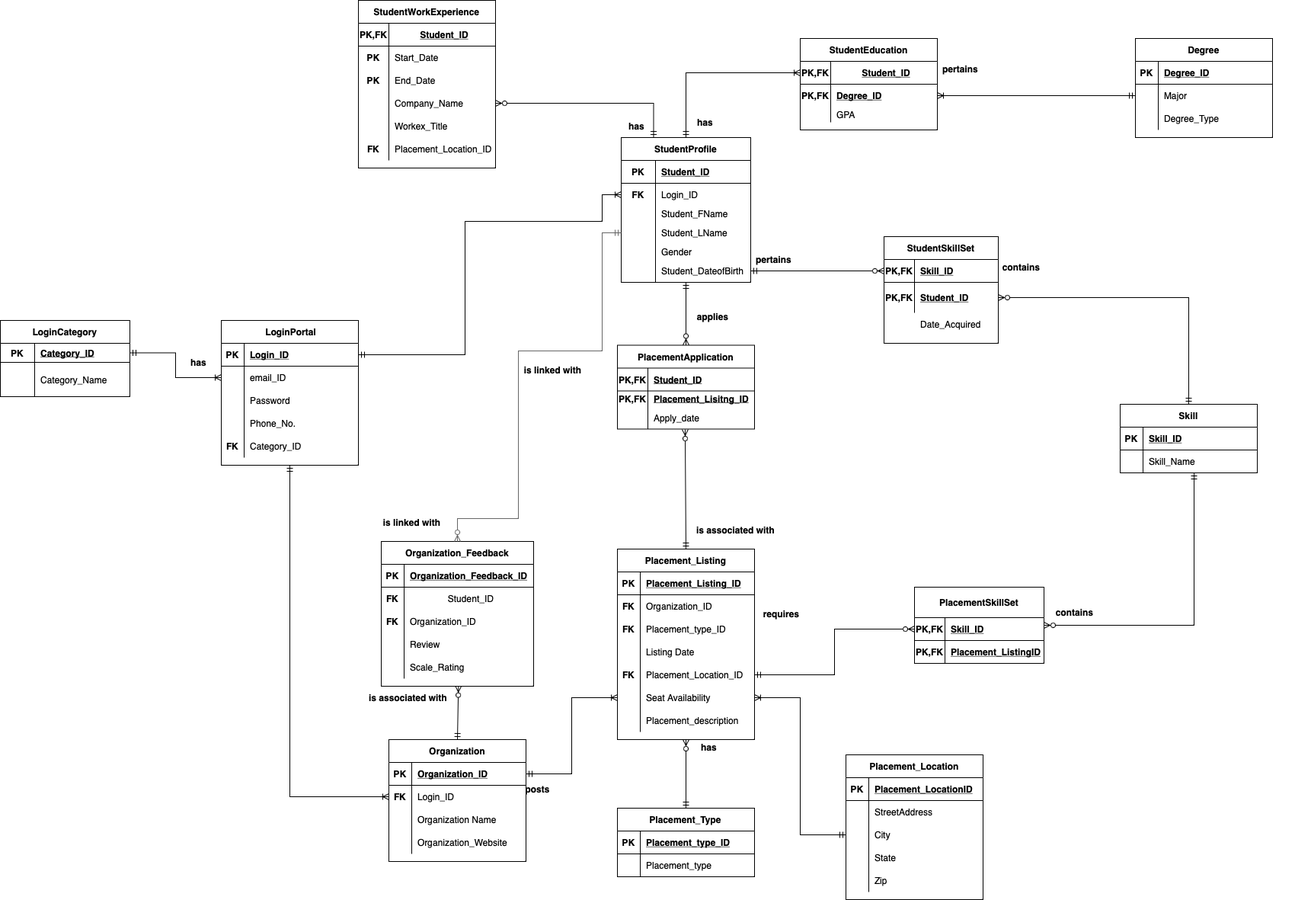
Earlier version of the draw.io export DMDD_CRMS_ERD.png (kmehul/DMDD_CRMS). Source tidied: cells renumbered, new cells last; positions are measured from the earlier drawing's top-left corner, leaving out a move shared by most shapes.
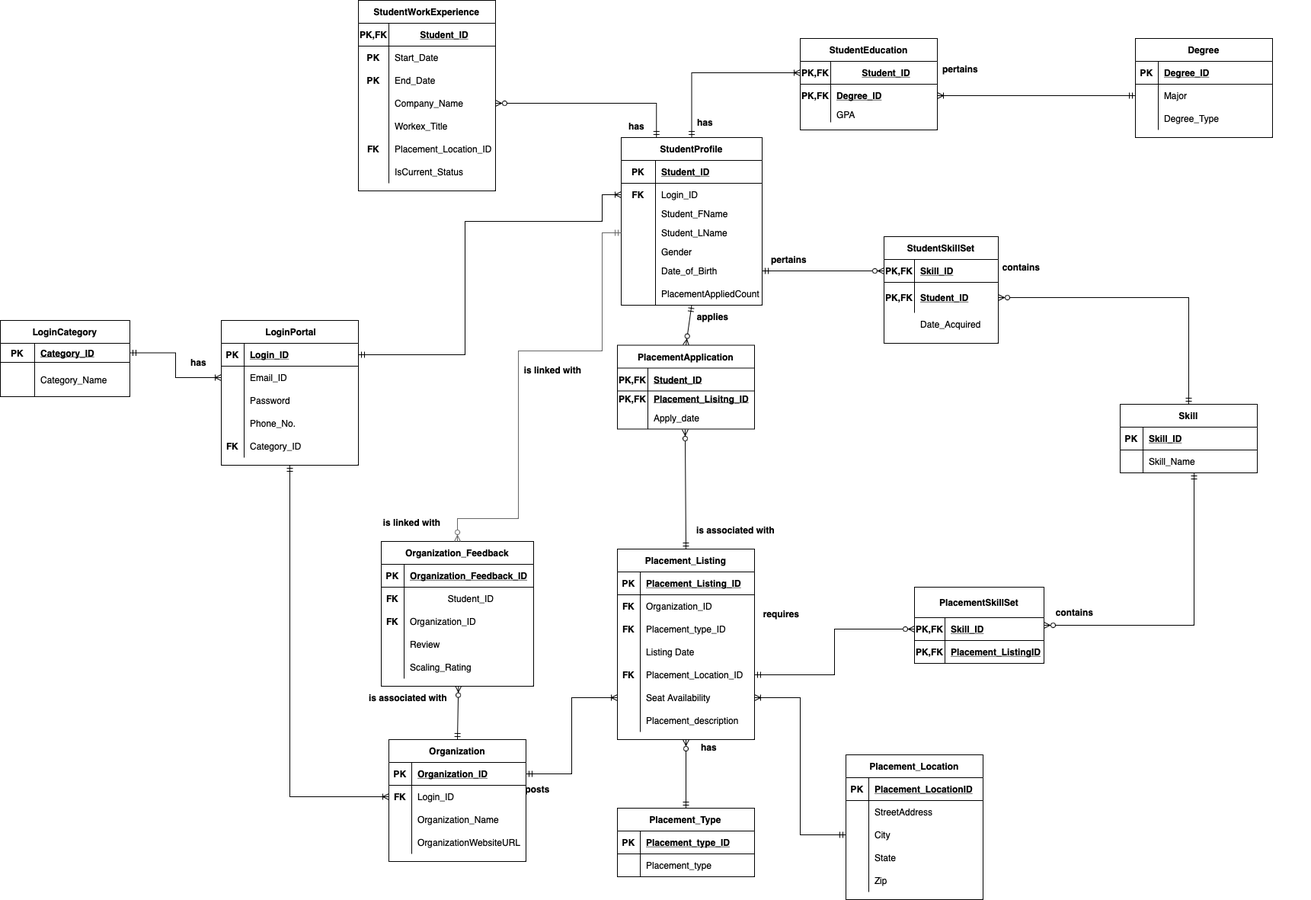
The same file after the commit.

Change to the diagram source:
```diff
@@ -125,7 +125,7 @@
     <mxCell id="42" style="shape=partialRectangle;fillColor=none;top=0;left=0;bottom=0;right=0;overflow=hidden;" parent="41" vertex="1">
       <mxGeometry width="30" height="30" as="geometry" />
     </mxCell>
-    <mxCell id="43" value="email_ID" style="shape=partialRectangle;fillColor=none;top=0;left=0;bottom=0;right=0;align=left;spacingLeft=6;overflow=hidden;" parent="41" vertex="1">
+    <mxCell id="43" value="Email_ID" style="shape=partialRectangle;fillColor=none;top=0;left=0;bottom=0;right=0;align=left;spacingLeft=6;overflow=hidden;" parent="41" vertex="1">
       <mxGeometry x="30" width="150" height="30" as="geometry" />
     </mxCell>
     <mxCell id="44" style="shape=tableRow;horizontal=0;startSize=0;swimlaneHead=0;swimlaneBody=0;fillColor=none;top=0;left=0;right=0;bottom=0;" parent="37" vertex="1">
@@ -156,62 +156,71 @@
       <mxGeometry x="30" width="150" height="30" as="geometry" />
     </mxCell>
     <mxCell id="53" value="StudentProfile" style="shape=table;startSize=30;rowLines=0;fontStyle=1;align=center;" parent="1" vertex="1">
-      <mxGeometry x="815" y="180" width="170" height="190" as="geometry" />
+      <mxGeometry x="815" y="180" width="185" height="220" as="geometry" />
     </mxCell>
     <mxCell id="54" style="shape=tableRow;horizontal=0;startSize=0;swimlaneHead=0;swimlaneBody=0;fillColor=none;top=0;left=0;right=0;bottom=1;" parent="53" vertex="1">
-      <mxGeometry y="30" width="170" height="30" as="geometry" />
+      <mxGeometry y="30" width="185" height="30" as="geometry" />
     </mxCell>
     <mxCell id="55" value="PK" style="shape=partialRectangle;fillColor=none;top=0;left=0;bottom=0;right=0;fontStyle=1;overflow=hidden;" parent="54" vertex="1">
       <mxGeometry width="45" height="30" as="geometry" />
     </mxCell>
     <mxCell id="56" value="Student_ID" style="shape=partialRectangle;fillColor=none;top=0;left=0;bottom=0;right=0;align=left;spacingLeft=6;fontStyle=5;overflow=hidden;" parent="54" vertex="1">
-      <mxGeometry x="45" width="125" height="30" as="geometry" />
+      <mxGeometry x="45" width="140" height="30" as="geometry" />
     </mxCell>
     <mxCell id="57" style="shape=tableRow;horizontal=0;startSize=0;swimlaneHead=0;swimlaneBody=0;fillColor=none;points=[[0,0.5],[1,0.5]];portConstraint=eastwest;top=0;left=0;right=0;bottom=0;" parent="53" vertex="1">
-      <mxGeometry y="60" width="170" height="30" as="geometry" />
+      <mxGeometry y="60" width="185" height="30" as="geometry" />
     </mxCell>
     <mxCell id="58" value="FK" style="shape=partialRectangle;fillColor=none;top=0;left=0;bottom=0;right=0;overflow=hidden;fontStyle=1;" parent="57" vertex="1">
       <mxGeometry width="45" height="30" as="geometry" />
     </mxCell>
     <mxCell id="59" value="Login_ID" style="shape=partialRectangle;fillColor=none;top=0;left=0;bottom=0;right=0;align=left;spacingLeft=6;overflow=hidden;" parent="57" vertex="1">
-      <mxGeometry x="45" width="125" height="30" as="geometry" />
+      <mxGeometry x="45" width="140" height="30" as="geometry" />
     </mxCell>
     <mxCell id="60" style="shape=tableRow;horizontal=0;startSize=0;swimlaneHead=0;swimlaneBody=0;fillColor=none;top=0;left=0;right=0;bottom=0;" parent="53" vertex="1">
-      <mxGeometry y="90" width="170" height="20" as="geometry" />
+      <mxGeometry y="90" width="185" height="20" as="geometry" />
     </mxCell>
     <mxCell id="61" style="shape=partialRectangle;fillColor=none;top=0;left=0;bottom=0;right=0;overflow=hidden;" parent="60" vertex="1">
       <mxGeometry width="45" height="20" as="geometry" />
     </mxCell>
     <mxCell id="62" value="Student_FName" style="shape=partialRectangle;fillColor=none;top=0;left=0;bottom=0;right=0;align=left;spacingLeft=6;overflow=hidden;" parent="60" vertex="1">
-      <mxGeometry x="45" width="125" height="20" as="geometry" />
+      <mxGeometry x="45" width="140" height="20" as="geometry" />
     </mxCell>
     <mxCell id="63" style="shape=tableRow;horizontal=0;startSize=0;swimlaneHead=0;swimlaneBody=0;fillColor=none;points=[[0,0.5],[1,0.5]];portConstraint=eastwest;top=0;left=0;right=0;bottom=0;" parent="53" vertex="1">
-      <mxGeometry y="110" width="170" height="30" as="geometry" />
+      <mxGeometry y="110" width="185" height="30" as="geometry" />
     </mxCell>
     <mxCell id="64" style="shape=partialRectangle;fillColor=none;top=0;left=0;bottom=0;right=0;overflow=hidden;" parent="63" vertex="1">
       <mxGeometry width="45" height="30" as="geometry" />
     </mxCell>
     <mxCell id="65" value="Student_LName" style="shape=partialRectangle;fillColor=none;top=0;left=0;bottom=0;right=0;align=left;spacingLeft=6;overflow=hidden;" parent="63" vertex="1">
-      <mxGeometry x="45" width="125" height="30" as="geometry" />
+      <mxGeometry x="45" width="140" height="30" as="geometry" />
     </mxCell>
     <mxCell id="66" style="shape=tableRow;horizontal=0;startSize=0;swimlaneHead=0;swimlaneBody=0;fillColor=none;top=0;left=0;right=0;bottom=0;" parent="53" vertex="1">
-      <mxGeometry y="140" width="170" height="20" as="geometry" />
+      <mxGeometry y="140" width="185" height="20" as="geometry" />
     </mxCell>
     <mxCell id="67" style="shape=partialRectangle;fillColor=none;top=0;left=0;bottom=0;right=0;overflow=hidden;" parent="66" vertex="1">
       <mxGeometry width="45" height="20" as="geometry" />
     </mxCell>
     <mxCell id="68" value="Gender" style="shape=partialRectangle;fillColor=none;top=0;left=0;bottom=0;right=0;align=left;spacingLeft=6;overflow=hidden;" parent="66" vertex="1">
-      <mxGeometry x="45" width="125" height="20" as="geometry" />
+      <mxGeometry x="45" width="140" height="20" as="geometry" />
     </mxCell>
     <mxCell id="69" style="shape=tableRow;horizontal=0;startSize=0;swimlaneHead=0;swimlaneBody=0;fillColor=none;points=[[0,0.5],[1,0.5]];portConstraint=eastwest;top=0;left=0;right=0;bottom=0;" parent="53" vertex="1">
-      <mxGeometry y="160" width="170" height="30" as="geometry" />
+      <mxGeometry y="160" width="185" height="30" as="geometry" />
     </mxCell>
     <mxCell id="70" style="shape=partialRectangle;fillColor=none;top=0;left=0;bottom=0;right=0;overflow=hidden;" parent="69" vertex="1">
       <mxGeometry width="45" height="30" as="geometry" />
     </mxCell>
-    <mxCell id="71" value="Student_DateofBirth" style="shape=partialRectangle;fillColor=none;top=0;left=0;bottom=0;right=0;align=left;spacingLeft=6;overflow=hidden;" parent="69" vertex="1">
-      <mxGeometry x="45" width="125" height="30" as="geometry" />
+    <mxCell id="71" value="Date_of_Birth" style="shape=partialRectangle;fillColor=none;top=0;left=0;bottom=0;right=0;align=left;spacingLeft=6;overflow=hidden;" parent="69" vertex="1">
+      <mxGeometry x="45" width="140" height="30" as="geometry" />
     </mxCell>
+    <mxCell id="228" style="shape=tableRow;horizontal=0;startSize=0;swimlaneHead=0;swimlaneBody=0;fillColor=none;top=0;left=0;right=0;bottom=0;" parent="53" vertex="1">
+      <mxGeometry y="190" width="185" height="30" as="geometry" />
+    </mxCell>
+    <mxCell id="229" style="shape=partialRectangle;fillColor=none;top=0;left=0;bottom=0;right=0;overflow=hidden;" parent="228" vertex="1">
+      <mxGeometry width="45" height="30" as="geometry" />
+    </mxCell>
+    <mxCell id="230" value="PlacementAppliedCount" style="shape=partialRectangle;fillColor=none;top=0;left=0;bottom=0;right=0;align=left;spacingLeft=6;overflow=hidden;" parent="228" vertex="1">
+      <mxGeometry x="45" width="140" height="30" as="geometry" />
+    </mxCell>
     <mxCell id="72" value="Placement_Listing" style="shape=table;startSize=30;rowLines=0;fontStyle=1;align=center;" parent="1" vertex="1">
       <mxGeometry x="810" y="720" width="180" height="250" as="geometry" />
     </mxCell>
@@ -308,7 +317,7 @@
       </mxGeometry>
     </mxCell>
     <mxCell id="102" value="StudentWorkExperience" style="shape=table;startSize=30;rowLines=0;fontStyle=1;align=center;" parent="1" vertex="1">
-      <mxGeometry x="470" width="180" height="220" as="geometry" />
+      <mxGeometry x="470" width="180" height="250" as="geometry" />
     </mxCell>
     <mxCell id="103" style="shape=tableRow;horizontal=0;startSize=0;swimlaneHead=0;swimlaneBody=0;fillColor=none;top=0;left=0;right=0;bottom=1;" parent="102" vertex="1">
       <mxGeometry y="30" width="180" height="30" as="geometry" />
@@ -364,6 +373,15 @@
     <mxCell id="120" value="Placement_Location_ID" style="shape=partialRectangle;fillColor=none;top=0;left=0;bottom=0;right=0;align=left;spacingLeft=6;overflow=hidden;" parent="118" vertex="1">
       <mxGeometry x="40" width="140" height="30" as="geometry" />
     </mxCell>
+    <mxCell id="231" style="shape=tableRow;horizontal=0;startSize=0;swimlaneHead=0;swimlaneBody=0;fillColor=none;top=0;left=0;right=0;bottom=0;" parent="102" vertex="1">
+      <mxGeometry y="210" width="180" height="30" as="geometry" />
+    </mxCell>
+    <mxCell id="232" style="shape=partialRectangle;fillColor=none;top=0;left=0;bottom=0;right=0;overflow=hidden;" parent="231" vertex="1">
+      <mxGeometry width="40" height="30" as="geometry" />
+    </mxCell>
+    <mxCell id="233" value="IsCurrent_Status" style="shape=partialRectangle;fillColor=none;top=0;left=0;bottom=0;right=0;align=left;spacingLeft=6;overflow=hidden;" parent="231" vertex="1">
+      <mxGeometry x="40" width="140" height="30" as="geometry" />
+    </mxCell>
     <mxCell id="121" value="StudentEducation" style="shape=table;startSize=30;rowLines=0;fontStyle=1;align=center;" parent="1" vertex="1">
       <mxGeometry x="1050" y="50" width="180" height="120" as="geometry" />
     </mxCell>
@@ -421,7 +439,7 @@
     <mxCell id="139" style="shape=partialRectangle;fillColor=none;top=0;left=0;bottom=0;right=0;overflow=hidden;" parent="138" vertex="1">
       <mxGeometry width="30" height="30" as="geometry" />
     </mxCell>
-    <mxCell id="140" value="Organization Name" style="shape=partialRectangle;fillColor=none;top=0;left=0;bottom=0;right=0;align=left;spacingLeft=6;overflow=hidden;" parent="138" vertex="1">
+    <mxCell id="140" value="Organization_Name" style="shape=partialRectangle;fillColor=none;top=0;left=0;bottom=0;right=0;align=left;spacingLeft=6;overflow=hidden;" parent="138" vertex="1">
       <mxGeometry x="30" width="150" height="30" as="geometry" />
     </mxCell>
     <mxCell id="141" style="shape=tableRow;horizontal=0;startSize=0;swimlaneHead=0;swimlaneBody=0;fillColor=none;top=0;left=0;right=0;bottom=0;" parent="131" vertex="1">
@@ -430,7 +448,7 @@
     <mxCell id="142" style="shape=partialRectangle;fillColor=none;top=0;left=0;bottom=0;right=0;overflow=hidden;" parent="141" vertex="1">
       <mxGeometry width="30" height="30" as="geometry" />
     </mxCell>
-    <mxCell id="143" value="Organization_Website" style="shape=partialRectangle;fillColor=none;top=0;left=0;bottom=0;right=0;align=left;spacingLeft=6;overflow=hidden;" parent="141" vertex="1">
+    <mxCell id="143" value="OrganizationWebsiteURL" style="shape=partialRectangle;fillColor=none;top=0;left=0;bottom=0;right=0;align=left;spacingLeft=6;overflow=hidden;" parent="141" vertex="1">
       <mxGeometry x="30" width="150" height="30" as="geometry" />
     </mxCell>
     <mxCell id="144" value="Organization_Feedback" style="shape=table;startSize=30;rowLines=0;fontStyle=1;align=center;" parent="1" vertex="1">
@@ -478,7 +496,7 @@
     <mxCell id="158" style="shape=partialRectangle;fillColor=none;top=0;left=0;bottom=0;right=0;overflow=hidden;" parent="157" vertex="1">
       <mxGeometry width="30" height="30" as="geometry" />
     </mxCell>
-    <mxCell id="159" value="Scale_Rating" style="shape=partialRectangle;fillColor=none;top=0;left=0;bottom=0;right=0;align=left;spacingLeft=6;overflow=hidden;" parent="157" vertex="1">
+    <mxCell id="159" value="Scaling_Rating" style="shape=partialRectangle;fillColor=none;top=0;left=0;bottom=0;right=0;align=left;spacingLeft=6;overflow=hidden;" parent="157" vertex="1">
       <mxGeometry x="30" width="170" height="30" as="geometry" />
     </mxCell>
     <mxCell id="160" style="fontSize=12;html=1;endArrow=ERzeroToMany;startArrow=ERmandOne;rounded=0;exitX=0.5;exitY=0;exitDx=0;exitDy=0;entryX=1.01;entryY=-0.011;entryDx=0;entryDy=0;entryPerimeter=0;" parent="1" edge="1" source="131" target="171">
@@ -509,7 +527,7 @@
       <mxGeometry x="815" y="150" width="40" height="30" as="geometry" />
     </mxCell>
     <mxCell id="165" value="&lt;b&gt;pertains&lt;/b&gt;" style="text;html=1;align=center;verticalAlign=middle;strokeColor=none;fillColor=none;" parent="1" vertex="1">
-      <mxGeometry x="980" y="325" width="70" height="30" as="geometry" />
+      <mxGeometry x="1000" y="325" width="70" height="30" as="geometry" />
     </mxCell>
     <mxCell id="166" value="&lt;b&gt;applies&lt;/b&gt;" style="text;html=1;align=center;verticalAlign=middle;strokeColor=none;fillColor=none;" parent="1" vertex="1">
       <mxGeometry x="905" y="400" width="60" height="30" as="geometry" />
```
